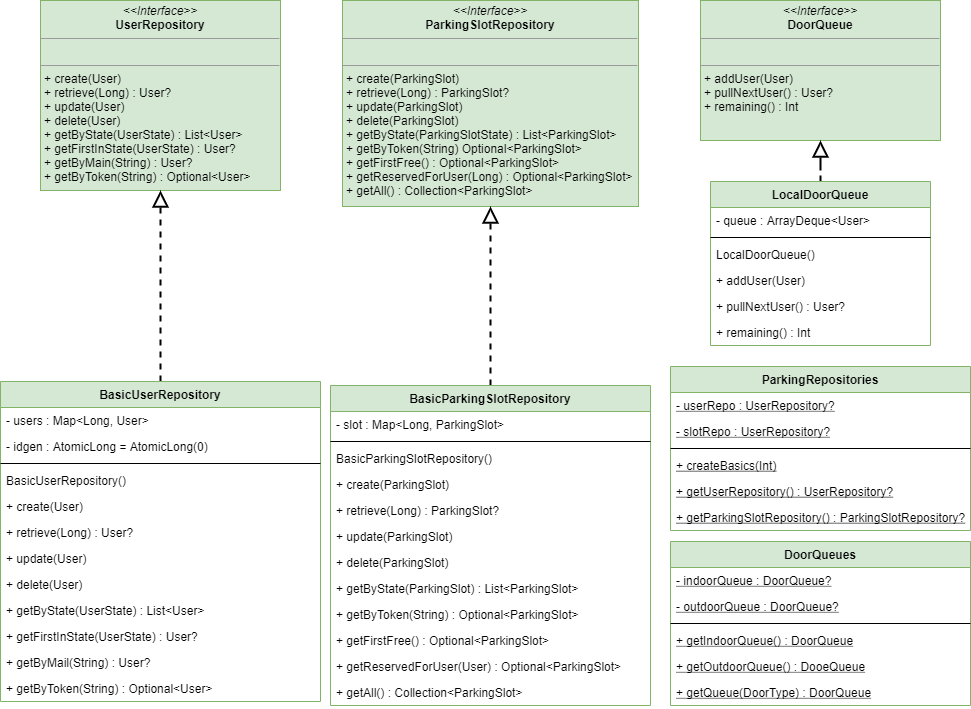
Above: it.unibo.parkmanagerservice/userDocs/sprint/img/persistence_UML.png in LM-96/ParkManagerService (draw.io), before the change. Source tidied: cells renumbered, new cells last; positions are measured from the earlier drawing's top-left corner, leaving out a move shared by most shapes.
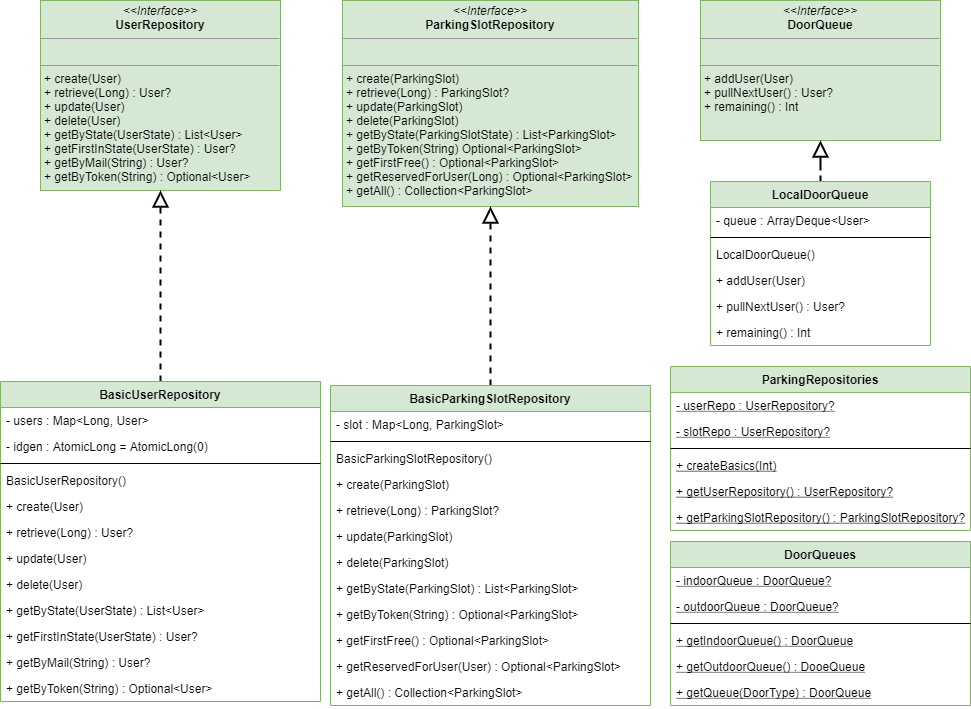
The same file after the commit.

Diff of the diagram source:
```diff
@@ -5,7 +5,7 @@
     <mxCell id="2" value="&lt;p style=&quot;margin: 0px ; margin-top: 4px ; text-align: center&quot;&gt;&lt;i&gt;&amp;lt;&amp;lt;Interface&amp;gt;&amp;gt;&lt;/i&gt;&lt;br&gt;&lt;b&gt;DoorQueue&lt;/b&gt;&lt;/p&gt;&lt;hr size=&quot;1&quot;&gt;&lt;p style=&quot;margin: 0px ; margin-left: 4px&quot;&gt;&lt;br&gt;&lt;/p&gt;&lt;hr size=&quot;1&quot;&gt;&lt;p style=&quot;margin: 0px ; margin-left: 4px&quot;&gt;+ addUser(User)&lt;/p&gt;&lt;p style=&quot;margin: 0px ; margin-left: 4px&quot;&gt;+ pullNextUser() : User?&lt;/p&gt;&lt;p style=&quot;margin: 0px ; margin-left: 4px&quot;&gt;+ remaining() : Int&lt;/p&gt;" style="verticalAlign=top;align=left;overflow=fill;fontSize=12;fontFamily=Helvetica;html=1;fillColor=#d5e8d4;strokeColor=#82b366;" parent="1" vertex="1">
       <mxGeometry x="700" width="240" height="140" as="geometry" />
     </mxCell>
-    <mxCell id="3" value="&lt;p style=&quot;margin: 0px ; margin-top: 4px ; text-align: center&quot;&gt;&lt;i&gt;&amp;lt;&amp;lt;Interface&amp;gt;&amp;gt;&lt;/i&gt;&lt;br&gt;&lt;b&gt;UserRepository&lt;/b&gt;&lt;/p&gt;&lt;hr size=&quot;1&quot;&gt;&lt;p style=&quot;margin: 0px ; margin-left: 4px&quot;&gt;&lt;br&gt;&lt;/p&gt;&lt;hr size=&quot;1&quot;&gt;&lt;p style=&quot;margin: 0px ; margin-left: 4px&quot;&gt;+ create(User)&lt;/p&gt;&lt;p style=&quot;margin: 0px ; margin-left: 4px&quot;&gt;+ retrieve(Long) : User?&lt;/p&gt;&lt;p style=&quot;margin: 0px ; margin-left: 4px&quot;&gt;+ update(User)&lt;/p&gt;&lt;p style=&quot;margin: 0px ; margin-left: 4px&quot;&gt;+ delete(User)&lt;/p&gt;&lt;p style=&quot;margin: 0px ; margin-left: 4px&quot;&gt;+ getByState(UserState) : List&amp;lt;User&amp;gt;&lt;/p&gt;&lt;p style=&quot;margin: 0px ; margin-left: 4px&quot;&gt;+ getFirstInState(UserState) : User?&lt;/p&gt;&lt;p style=&quot;margin: 0px ; margin-left: 4px&quot;&gt;+ getByMain(String) : User?&lt;/p&gt;&lt;p style=&quot;margin: 0px ; margin-left: 4px&quot;&gt;+ getByToken(String) : Optional&amp;lt;User&amp;gt;&lt;/p&gt;" style="verticalAlign=top;align=left;overflow=fill;fontSize=12;fontFamily=Helvetica;html=1;fillColor=#d5e8d4;strokeColor=#82b366;" parent="1" vertex="1">
+    <mxCell id="3" value="&lt;p style=&quot;margin: 0px ; margin-top: 4px ; text-align: center&quot;&gt;&lt;i&gt;&amp;lt;&amp;lt;Interface&amp;gt;&amp;gt;&lt;/i&gt;&lt;br&gt;&lt;b&gt;UserRepository&lt;/b&gt;&lt;/p&gt;&lt;hr size=&quot;1&quot;&gt;&lt;p style=&quot;margin: 0px ; margin-left: 4px&quot;&gt;&lt;br&gt;&lt;/p&gt;&lt;hr size=&quot;1&quot;&gt;&lt;p style=&quot;margin: 0px ; margin-left: 4px&quot;&gt;+ create(User)&lt;/p&gt;&lt;p style=&quot;margin: 0px ; margin-left: 4px&quot;&gt;+ retrieve(Long) : User?&lt;/p&gt;&lt;p style=&quot;margin: 0px ; margin-left: 4px&quot;&gt;+ update(User)&lt;/p&gt;&lt;p style=&quot;margin: 0px ; margin-left: 4px&quot;&gt;+ delete(User)&lt;/p&gt;&lt;p style=&quot;margin: 0px ; margin-left: 4px&quot;&gt;+ getByState(UserState) : List&amp;lt;User&amp;gt;&lt;/p&gt;&lt;p style=&quot;margin: 0px ; margin-left: 4px&quot;&gt;+ getFirstInState(UserState) : User?&lt;/p&gt;&lt;p style=&quot;margin: 0px ; margin-left: 4px&quot;&gt;+ getByMail(String) : User?&lt;/p&gt;&lt;p style=&quot;margin: 0px ; margin-left: 4px&quot;&gt;+ getByToken(String) : Optional&amp;lt;User&amp;gt;&lt;/p&gt;" style="verticalAlign=top;align=left;overflow=fill;fontSize=12;fontFamily=Helvetica;html=1;fillColor=#d5e8d4;strokeColor=#82b366;" parent="1" vertex="1">
       <mxGeometry x="40" width="240" height="190" as="geometry" />
     </mxCell>
     <mxCell id="4" value="&lt;p style=&quot;margin: 0px ; margin-top: 4px ; text-align: center&quot;&gt;&lt;i&gt;&amp;lt;&amp;lt;Interface&amp;gt;&amp;gt;&lt;/i&gt;&lt;br&gt;&lt;b&gt;ParkingSlotRepository&lt;/b&gt;&lt;/p&gt;&lt;hr size=&quot;1&quot;&gt;&lt;p style=&quot;margin: 0px ; margin-left: 4px&quot;&gt;&lt;br&gt;&lt;/p&gt;&lt;hr size=&quot;1&quot;&gt;&lt;p style=&quot;margin: 0px ; margin-left: 4px&quot;&gt;+ create(ParkingSlot)&lt;/p&gt;&lt;p style=&quot;margin: 0px ; margin-left: 4px&quot;&gt;+ retrieve(Long) : ParkingSlot?&lt;/p&gt;&lt;p style=&quot;margin: 0px ; margin-left: 4px&quot;&gt;+ update(ParkingSlot)&lt;/p&gt;&lt;p style=&quot;margin: 0px ; margin-left: 4px&quot;&gt;+ delete(ParkingSlot)&lt;/p&gt;&lt;p style=&quot;margin: 0px ; margin-left: 4px&quot;&gt;+ getByState(ParkingSlotState) : List&amp;lt;ParkingSlot&amp;gt;&lt;/p&gt;&lt;p style=&quot;margin: 0px ; margin-left: 4px&quot;&gt;+ getByToken(String) Optional&amp;lt;ParkingSlot&amp;gt;&lt;/p&gt;&lt;p style=&quot;margin: 0px ; margin-left: 4px&quot;&gt;+ getFirstFree() : Optional&amp;lt;ParkingSlot&amp;gt;&lt;/p&gt;&lt;p style=&quot;margin: 0px ; margin-left: 4px&quot;&gt;+ getReservedForUser(Long) : Optional&amp;lt;ParkingSlot&amp;gt;&lt;/p&gt;&lt;p style=&quot;margin: 0px ; margin-left: 4px&quot;&gt;+ getAll() : Collection&amp;lt;ParkingSlot&amp;gt;&lt;/p&gt;" style="verticalAlign=top;align=left;overflow=fill;fontSize=12;fontFamily=Helvetica;html=1;fillColor=#d5e8d4;strokeColor=#82b366;" parent="1" vertex="1">
```
